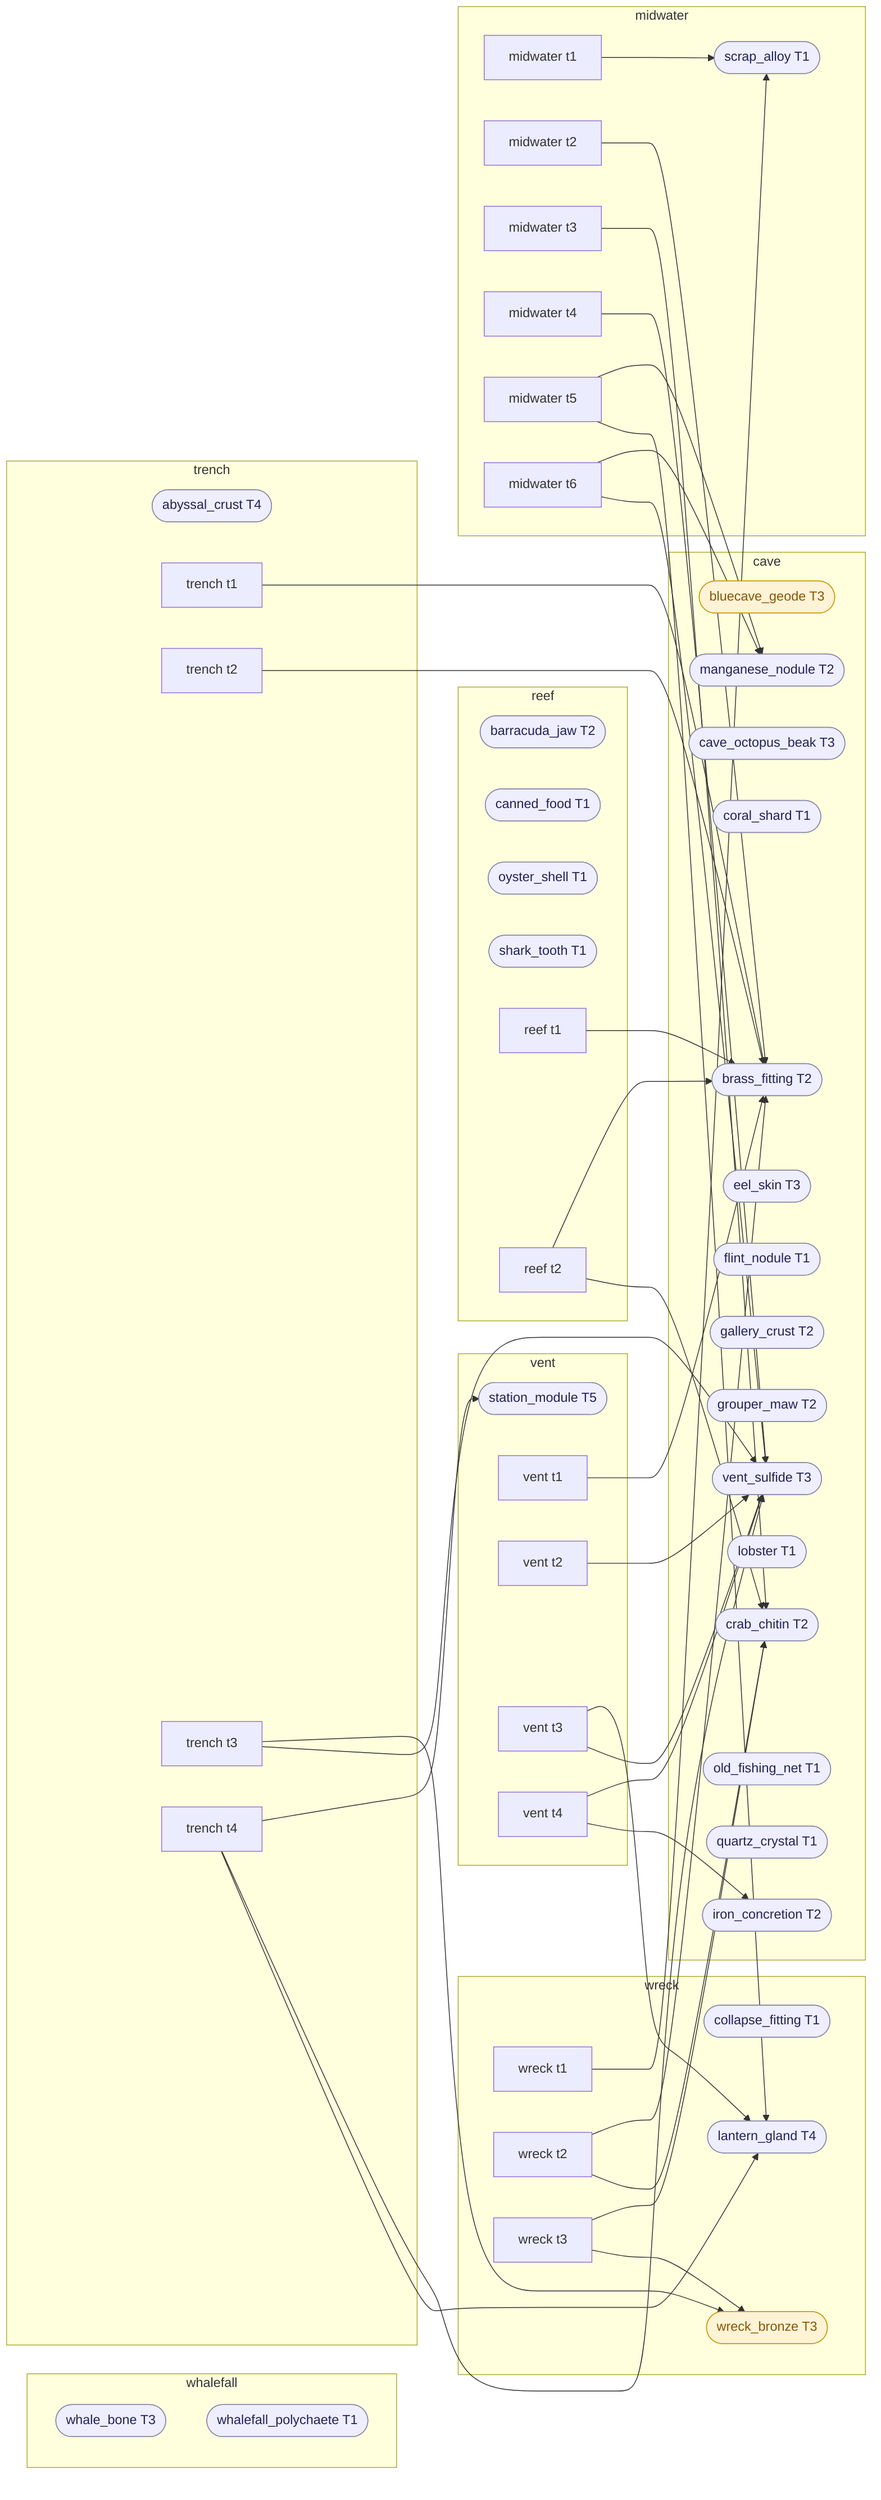
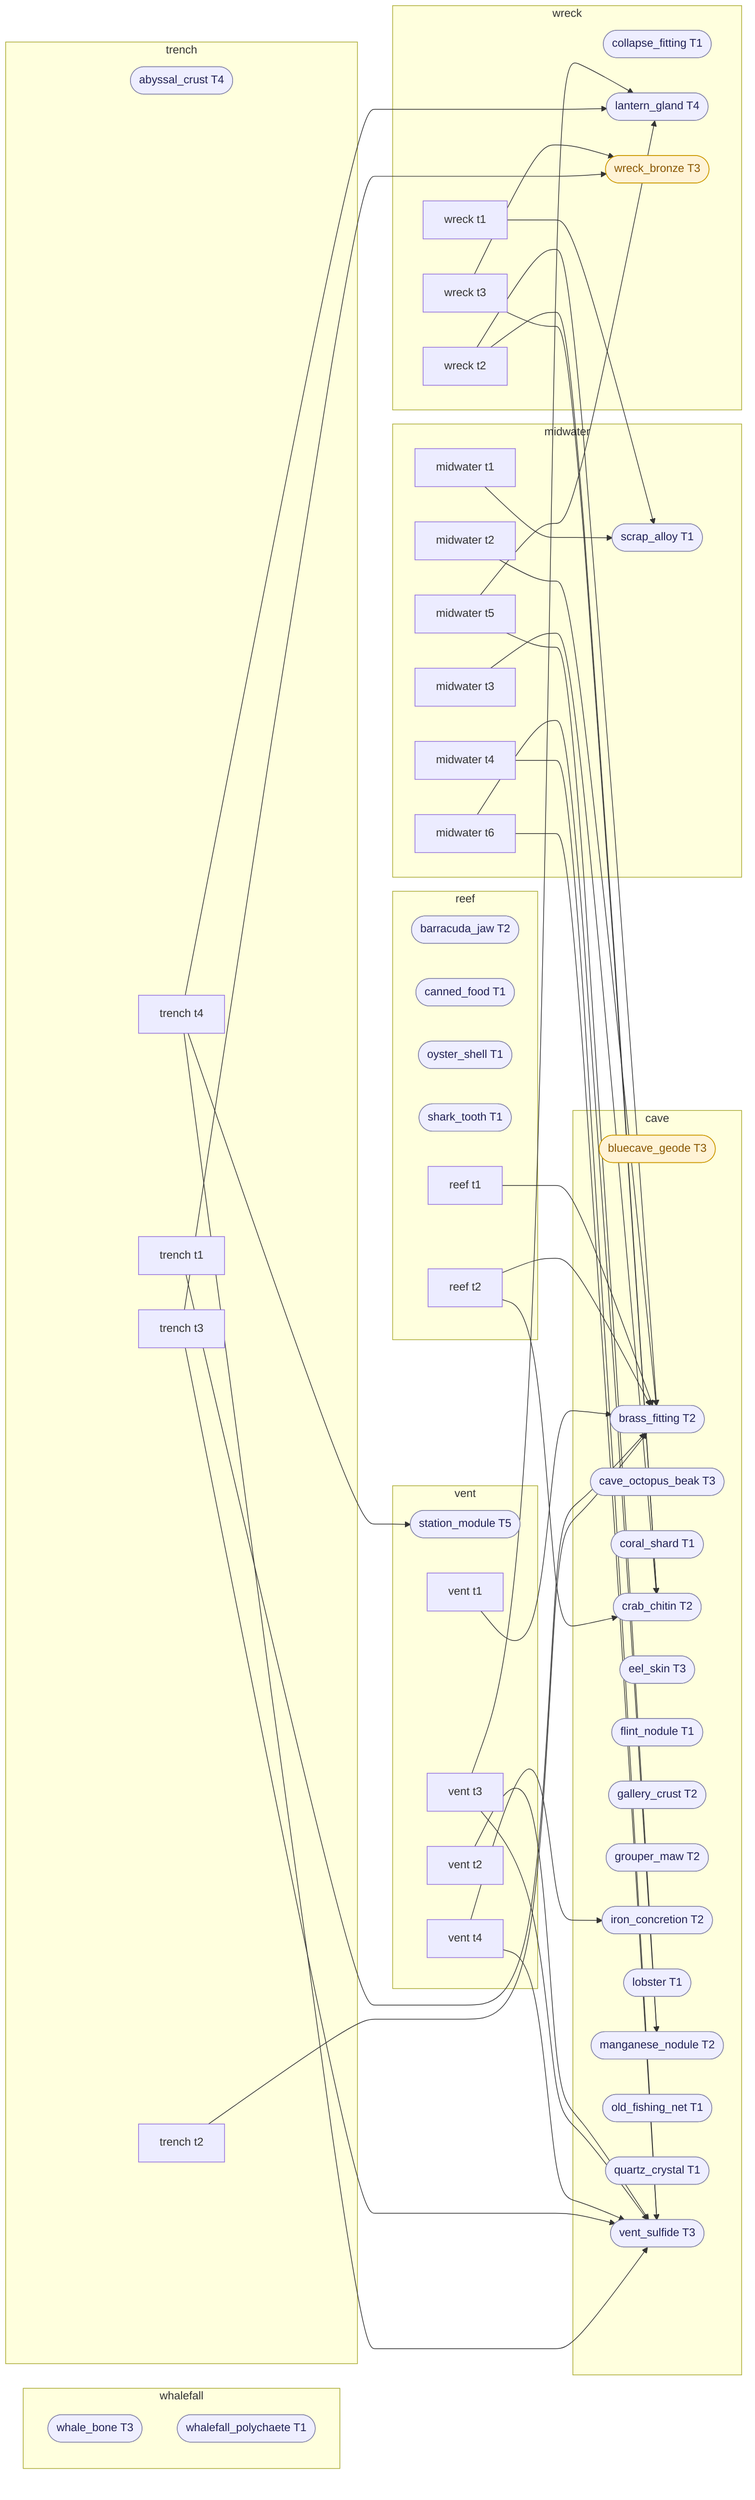
%% 自动生成·勿手改——`node scripts/emit-economy-graph.mjs --write` 再生（见 scripts/lib/economy-dag.mjs）
%% 边 = 建造 --需要--> 材料；红 = 违反 F1/F2/F4 硬门·琥珀 = F5 软警告（详情跑 npm run regress --only economy）
flowchart LR
  classDef bad fill:#fdd,stroke:#c00,stroke-width:2px,color:#900;
  classDef warn fill:#fff3d6,stroke:#c90,stroke-width:1px,color:#850;
  classDef mat fill:#eef,stroke:#88a,color:#225;
+   subgraph midwater["midwater"]
+     item_scrap_alloy(["scrap_alloy T1"]):::mat
+     depth_columns_col_midwater_t1["midwater t1"]
+     depth_columns_col_midwater_t2["midwater t2"]
+     depth_columns_col_midwater_t3["midwater t3"]
+     depth_columns_col_midwater_t4["midwater t4"]
+     depth_columns_col_midwater_t5["midwater t5"]
+     depth_columns_col_midwater_t6["midwater t6"]
+   end
  subgraph whalefall["whalefall"]
    item_whale_bone(["whale_bone T3"]):::mat
    item_whalefall_polychaete(["whalefall_polychaete T1"]):::mat
  end
  subgraph reef["reef"]
    item_barracuda_jaw(["barracuda_jaw T2"]):::mat
    item_canned_food(["canned_food T1"]):::mat
    item_oyster_shell(["oyster_shell T1"]):::mat
    item_shark_tooth(["shark_tooth T1"]):::mat
    depth_columns_col_home_t1["reef t1"]
    depth_columns_col_home_t2["reef t2"]
  end
  subgraph cave["cave"]
    item_bluecave_geode(["bluecave_geode T3"]):::warn
    item_brass_fitting(["brass_fitting T2"]):::mat
    item_cave_octopus_beak(["cave_octopus_beak T3"]):::mat
    item_coral_shard(["coral_shard T1"]):::mat
    item_crab_chitin(["crab_chitin T2"]):::mat
    item_eel_skin(["eel_skin T3"]):::mat
    item_flint_nodule(["flint_nodule T1"]):::mat
    item_gallery_crust(["gallery_crust T2"]):::mat
    item_grouper_maw(["grouper_maw T2"]):::mat
    item_iron_concretion(["iron_concretion T2"]):::mat
    item_lobster(["lobster T1"]):::mat
    item_manganese_nodule(["manganese_nodule T2"]):::mat
    item_old_fishing_net(["old_fishing_net T1"]):::mat
    item_quartz_crystal(["quartz_crystal T1"]):::mat
    item_vent_sulfide(["vent_sulfide T3"]):::mat
  end
  subgraph wreck["wreck"]
    item_collapse_fitting(["collapse_fitting T1"]):::mat
    item_lantern_gland(["lantern_gland T4"]):::mat
    item_wreck_bronze(["wreck_bronze T3"]):::warn
    depth_columns_col_wreck_t1["wreck t1"]
    depth_columns_col_wreck_t2["wreck t2"]
    depth_columns_col_wreck_t3["wreck t3"]
  end
  subgraph vent["vent"]
    item_station_module(["station_module T5"]):::mat
    depth_columns_col_vent_t1["vent t1"]
    depth_columns_col_vent_t2["vent t2"]
    depth_columns_col_vent_t3["vent t3"]
    depth_columns_col_vent_t4["vent t4"]
  end
-   subgraph midwater["midwater"]
-     item_scrap_alloy(["scrap_alloy T1"]):::mat
-     depth_columns_col_midwater_t1["midwater t1"]
-     depth_columns_col_midwater_t2["midwater t2"]
-     depth_columns_col_midwater_t3["midwater t3"]
-     depth_columns_col_midwater_t4["midwater t4"]
-     depth_columns_col_midwater_t5["midwater t5"]
-     depth_columns_col_midwater_t6["midwater t6"]
-   end
  subgraph trench["trench"]
    item_abyssal_crust(["abyssal_crust T4"]):::mat
    depth_columns_col_trench_t1["trench t1"]
    depth_columns_col_trench_t2["trench t2"]
    depth_columns_col_trench_t3["trench t3"]
    depth_columns_col_trench_t4["trench t4"]
  end
  depth_columns_col_home_t1 --> item_brass_fitting
  depth_columns_col_home_t2 --> item_brass_fitting
  depth_columns_col_home_t2 --> item_crab_chitin
  depth_columns_col_wreck_t1 --> item_scrap_alloy
  depth_columns_col_wreck_t2 --> item_brass_fitting
  depth_columns_col_wreck_t2 --> item_crab_chitin
  depth_columns_col_wreck_t3 --> item_crab_chitin
  depth_columns_col_wreck_t3 --> item_wreck_bronze
  depth_columns_col_midwater_t1 --> item_scrap_alloy
  depth_columns_col_midwater_t2 --> item_brass_fitting
  depth_columns_col_midwater_t3 --> item_crab_chitin
  depth_columns_col_midwater_t4 --> item_vent_sulfide
  depth_columns_col_midwater_t5 --> item_manganese_nodule
  depth_columns_col_midwater_t5 --> item_lantern_gland
  depth_columns_col_midwater_t6 --> item_manganese_nodule
  depth_columns_col_midwater_t6 --> item_vent_sulfide
  depth_columns_col_vent_t1 --> item_brass_fitting
  depth_columns_col_vent_t2 --> item_vent_sulfide
  depth_columns_col_vent_t3 --> item_lantern_gland
  depth_columns_col_vent_t3 --> item_vent_sulfide
  depth_columns_col_vent_t4 --> item_vent_sulfide
  depth_columns_col_vent_t4 --> item_iron_concretion
  depth_columns_col_trench_t1 --> item_brass_fitting
  depth_columns_col_trench_t2 --> item_brass_fitting
  depth_columns_col_trench_t3 --> item_wreck_bronze
  depth_columns_col_trench_t3 --> item_vent_sulfide
  depth_columns_col_trench_t4 --> item_station_module
  depth_columns_col_trench_t4 --> item_vent_sulfide
  depth_columns_col_trench_t4 --> item_lantern_gland
